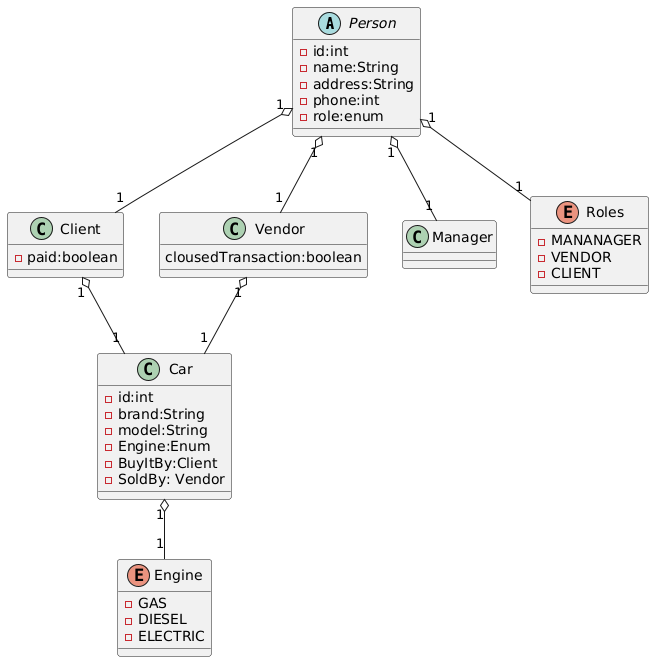
franciscofarrando/Project-1-CarSeller keeps this PlantUML diagram as UML Concesionaria.png. Above is the earlier version.
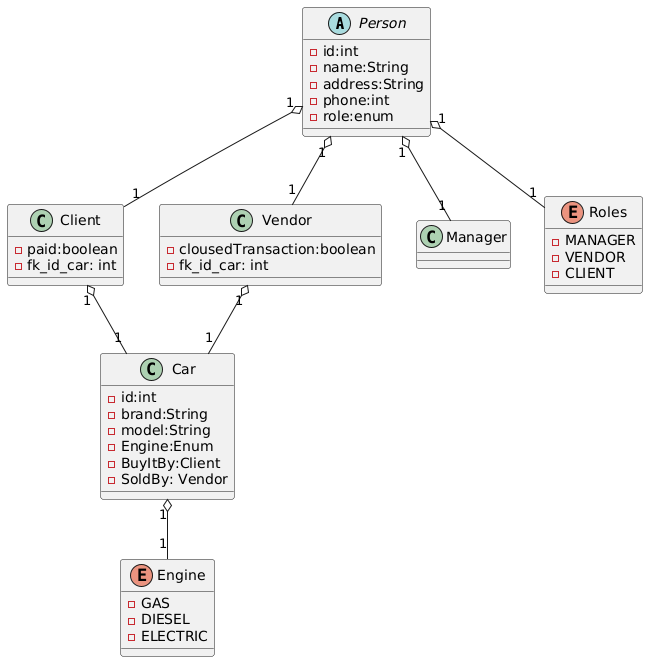
After the change.

Diff of the diagram source:
```diff
@@ -7,12 +7,15 @@
 -role:enum
 }
 Class Client{
+
 -paid:boolean
+-fk_id_car: int
 
 }
 
 Class Vendor{
-clousedTransaction:boolean
+-clousedTransaction:boolean
+-fk_id_car: int
 }
 
 Class Car{
@@ -31,7 +34,7 @@
 -ELECTRIC
 }
 Enum Roles{
--MANANAGER
+-MANAGER
 -VENDOR
 -CLIENT
 }
```
